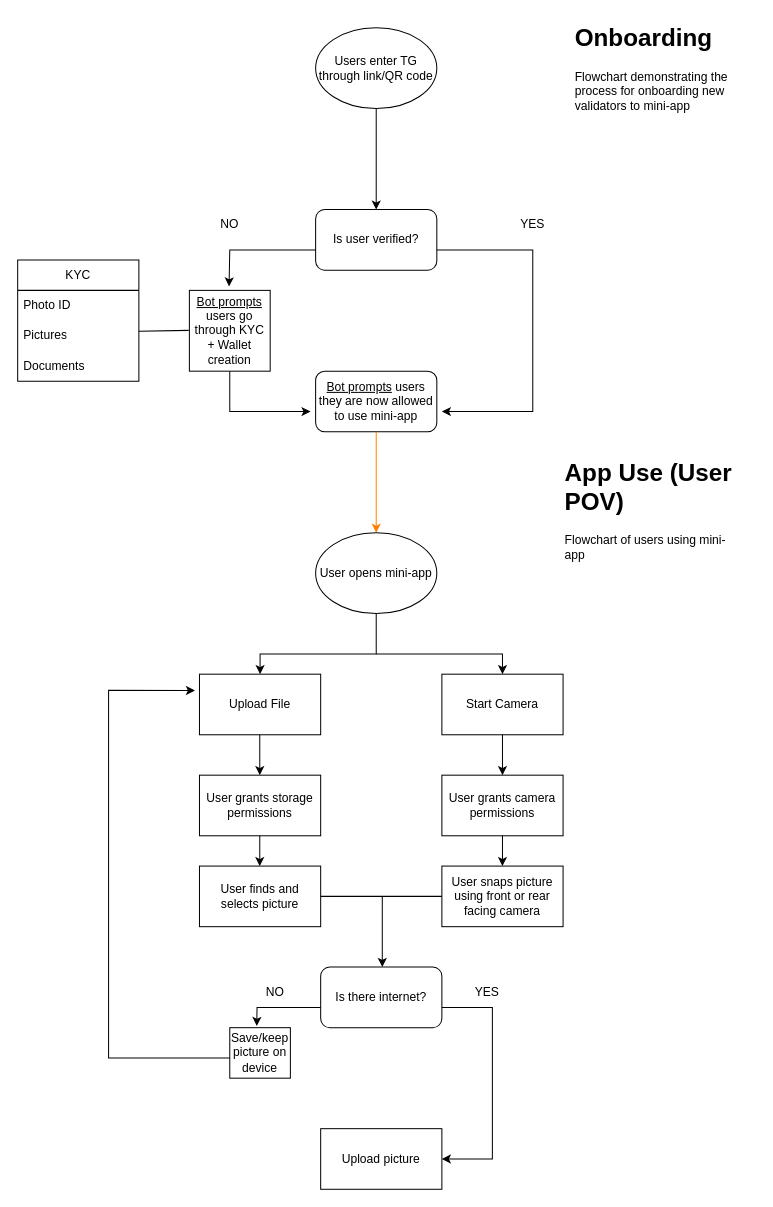
RobItu/Telegram-mini-app-example keeps this draw.io diagram as page "Page-1" (1 of 2) of Flowchart.drawio. Above is the earlier version. Source tidied: cells renumbered, new cells numbered last; positions are measured from the earlier drawing's top-left corner, leaving out a move shared by most shapes. Both pictures are drawn from the tidied source at 101%, with x=0, y=0 at pixel (17, 17).
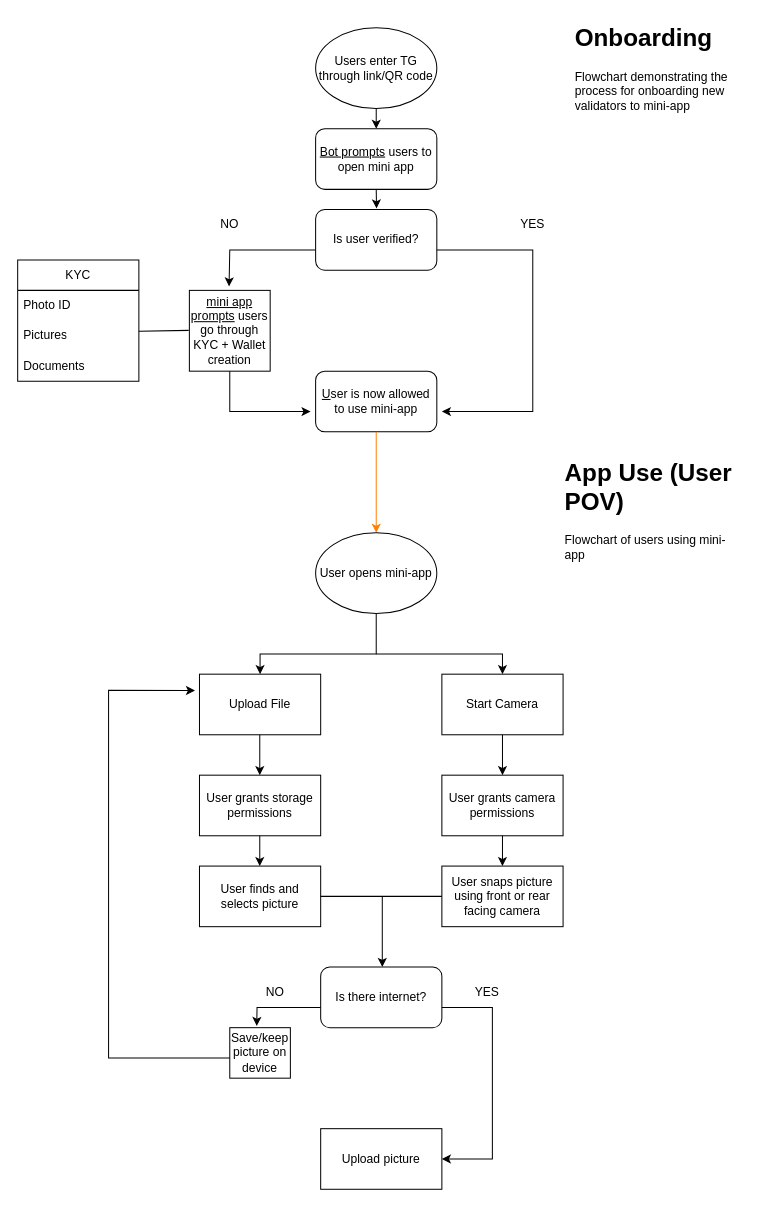
After the change.

Diff of the diagram source:
```diff
@@
     <mxCell id="3" style="endArrow=classic;html=1;rounded=0;" parent="1" edge="1">
       <mxGeometry relative="1" as="geometry">
         <mxPoint x="355" y="90" as="sourcePoint" />
-        <mxPoint x="355" y="190" as="targetPoint" />
+        <mxPoint x="355" y="110" as="targetPoint" />
       </mxGeometry>
     </mxCell>
@@
-    <mxCell id="8" value="&lt;u&gt;Bot prompts&lt;/u&gt; users go through KYC + Wallet creation" style="whiteSpace=wrap;html=1;" parent="1" vertex="1">
+    <mxCell id="8" value="&lt;u&gt;mini app prompts&lt;/u&gt; users go through KYC + Wallet creation" style="whiteSpace=wrap;html=1;" parent="1" vertex="1">
       <mxGeometry x="170" y="270" width="80" height="80" as="geometry" />
     </mxCell>
@@
-    <mxCell id="15" value="&lt;u&gt;Bot prompts&lt;/u&gt;&amp;nbsp;users they are now allowed to use mini-app" style="rounded=1;whiteSpace=wrap;html=1;" parent="1" vertex="1">
+    <mxCell id="15" value="&lt;u&gt;U&lt;/u&gt;ser is now allowed to use mini-app" style="rounded=1;whiteSpace=wrap;html=1;" parent="1" vertex="1">
       <mxGeometry x="295" y="350" width="120" height="60" as="geometry" />
     </mxCell>
@@
+    <mxCell id="43" value="&lt;u&gt;Bot prompts&lt;/u&gt;&amp;nbsp;users to open mini app" style="rounded=1;whiteSpace=wrap;html=1;" parent="1" vertex="1">
+      <mxGeometry x="295" y="110" width="120" height="60" as="geometry" />
+    </mxCell>
+    <mxCell id="44" style="endArrow=classic;html=1;rounded=0;entryX=0.461;entryY=-0.018;entryDx=0;entryDy=0;entryPerimeter=0;" parent="1" edge="1">
+      <mxGeometry relative="1" as="geometry">
+        <mxPoint x="355" y="170" as="sourcePoint" />
+        <mxPoint x="355.3" y="188.9" as="targetPoint" />
+      </mxGeometry>
+    </mxCell>
```
